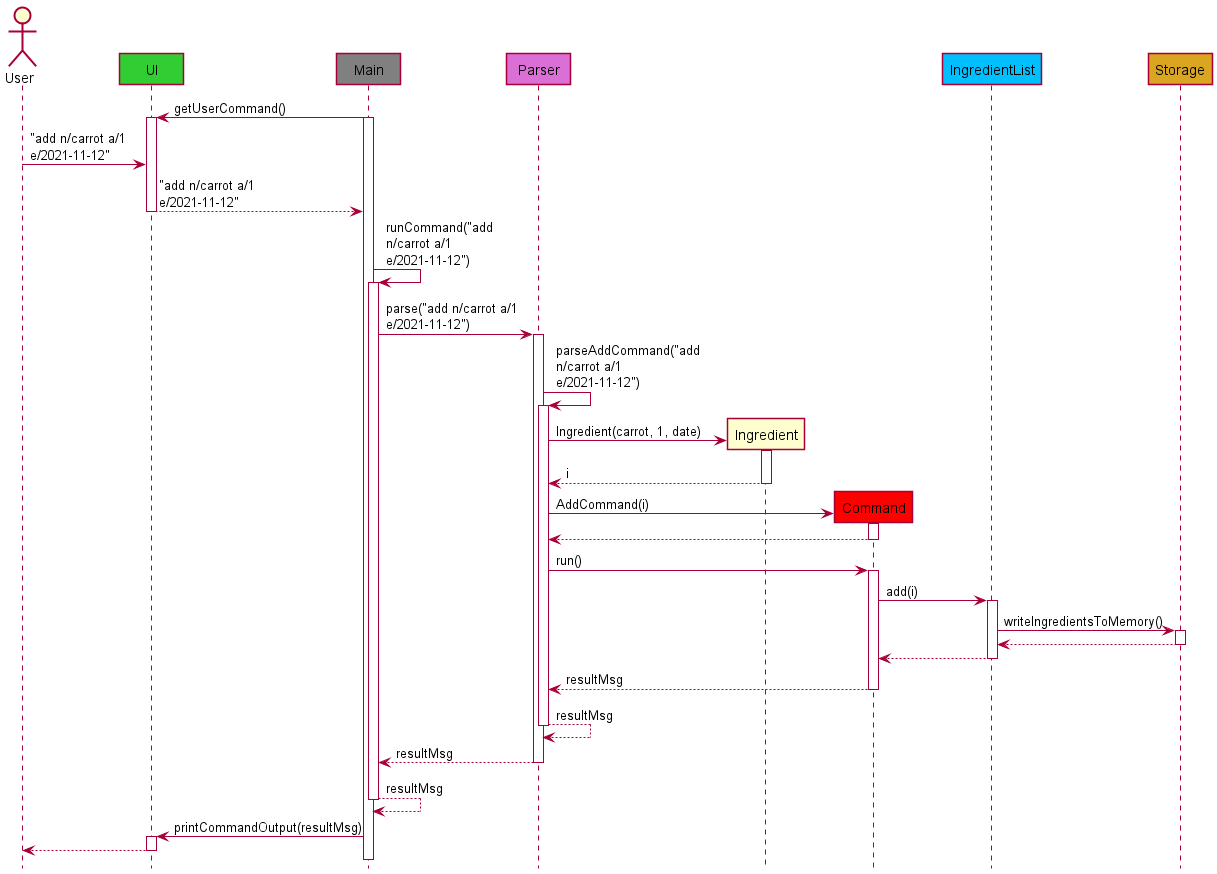
The PlantUML diagram docs/images/InteractionSeqDiagram.png in nus-cs2113-AY2122S1/tp, before a commit.
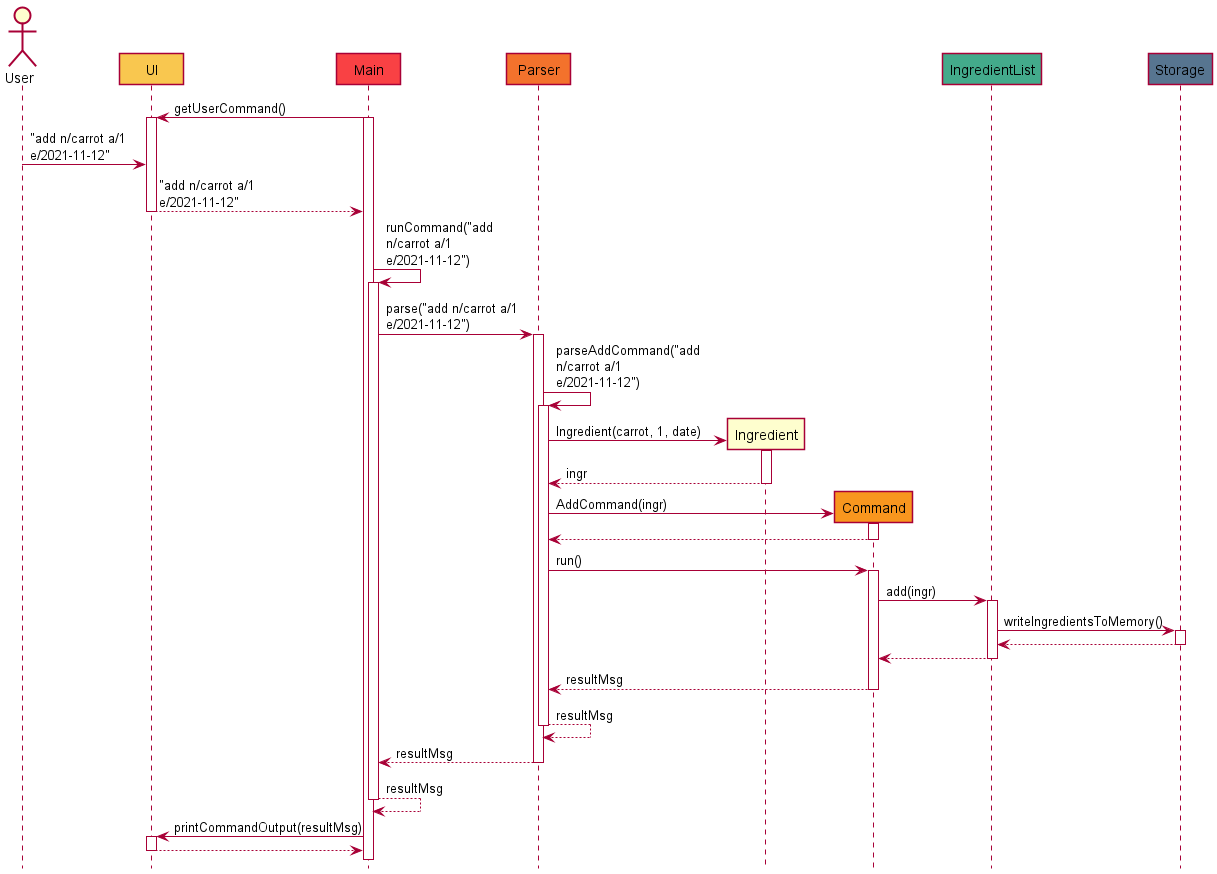
After the change.

The edit, as a diff of the source:
```diff
@@ -25,13 +25,13 @@
 activate P
 P -> I **: Ingredient(carrot, 1, date)
 activate I
-return i
-P -> C **: AddCommand(i)
+return ingr
+P -> C **: AddCommand(ingr)
 activate C
 return
 P -> C: run()
 activate C
-C -> IL: add(i)
+C -> IL: add(ingr)
 activate IL
 IL -> S: writeIngredientsToMemory()
 activate S
@@ -43,6 +43,6 @@
 return resultMsg
 M -> UI: printCommandOutput(resultMsg)
 activate UI
-UI --> U
+UI --> M
 deactivate UI
 @enduml
```
